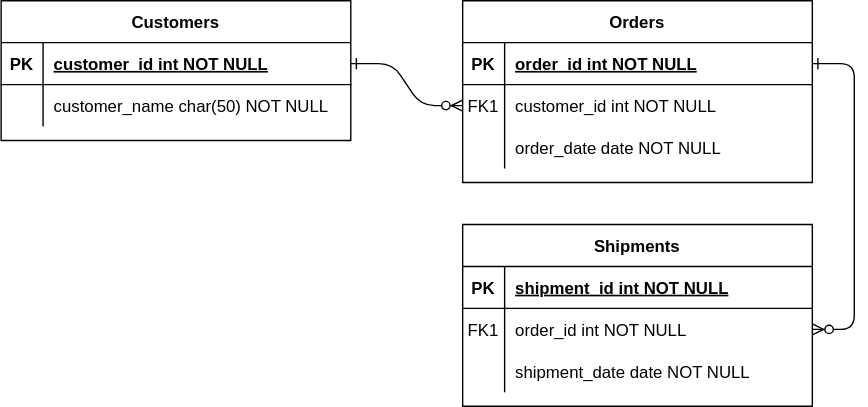
homeppp/fastcampus-project-board keeps this draw.io diagram as document/project-board-erd.svg. Above is the earlier version. Source tidied: cells renumbered, new cells last; positions are measured from the earlier drawing's top-left corner, leaving out a move shared by most shapes.
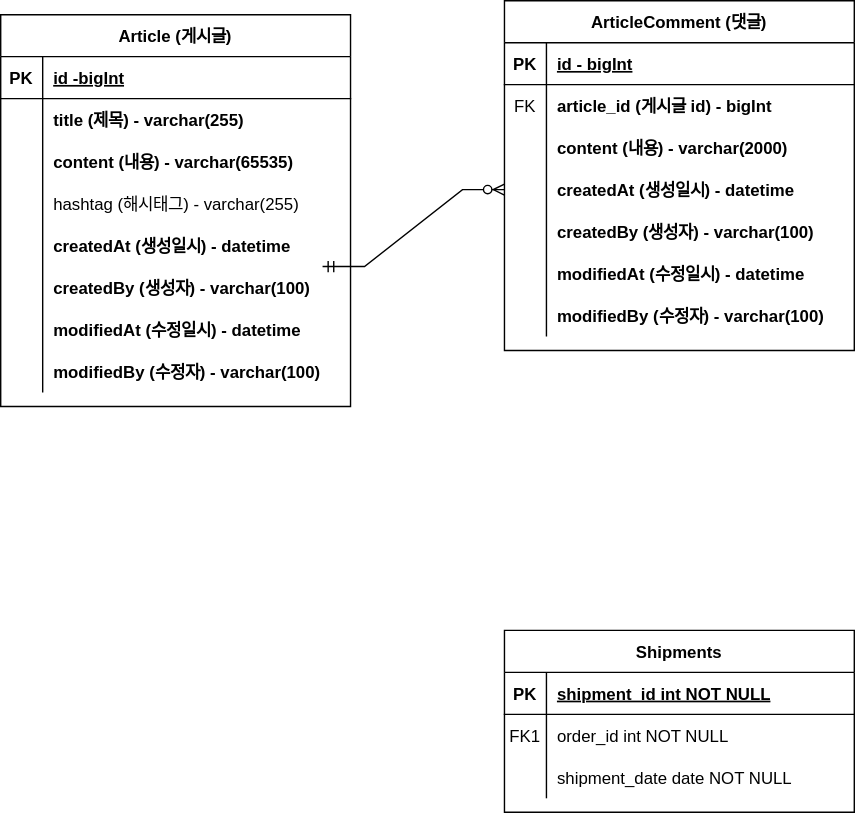
After the change.

What changed in the source:
```diff
@@ -2,14 +2,8 @@
   <root>
     <mxCell id="0" />
     <mxCell id="1" parent="0" />
-    <mxCell id="2" style="edgeStyle=entityRelationEdgeStyle;endArrow=ERzeroToMany;startArrow=ERone;endFill=1;startFill=0;" parent="1" edge="1" source="25" target="8">
-      <mxGeometry relative="1" as="geometry" />
-    </mxCell>
-    <mxCell id="3" style="edgeStyle=entityRelationEdgeStyle;endArrow=ERzeroToMany;startArrow=ERone;endFill=1;startFill=0;" parent="1" edge="1" source="5" target="18">
-      <mxGeometry relative="1" as="geometry" />
-    </mxCell>
-    <mxCell id="4" value="Orders" style="shape=table;startSize=30;rowLines=0;fontStyle=1;align=center;" parent="1" vertex="1">
-      <mxGeometry x="330" width="250" height="130" as="geometry" />
+    <mxCell id="4" value="ArticleComment (댓글)" style="shape=table;startSize=30;rowLines=0;fontStyle=1;align=center;" parent="1" vertex="1">
+      <mxGeometry x="330" width="250" height="250" as="geometry" />
     </mxCell>
     <mxCell id="5" style="shape=partialRectangle;fillColor=none;points=[[0,0.5],[1,0.5]];portConstraint=eastwest;top=0;left=0;right=0;bottom=1;" parent="4" vertex="1">
       <mxGeometry y="30" width="250" height="30" as="geometry" />
@@ -17,16 +11,16 @@
     <mxCell id="6" value="PK" style="shape=partialRectangle;overflow=hidden;fillColor=none;top=0;left=0;bottom=0;right=0;fontStyle=1;" parent="5" vertex="1">
       <mxGeometry width="30" height="30" as="geometry" />
     </mxCell>
-    <mxCell id="7" value="order_id int NOT NULL " style="shape=partialRectangle;overflow=hidden;fillColor=none;top=0;left=0;bottom=0;right=0;align=left;spacingLeft=6;fontStyle=5;" parent="5" vertex="1">
+    <mxCell id="7" value="id - bigInt" style="shape=partialRectangle;overflow=hidden;fillColor=none;top=0;left=0;bottom=0;right=0;align=left;spacingLeft=6;fontStyle=5;" parent="5" vertex="1">
       <mxGeometry x="30" width="220" height="30" as="geometry" />
     </mxCell>
     <mxCell id="8" style="shape=partialRectangle;fillColor=none;points=[[0,0.5],[1,0.5]];portConstraint=eastwest;top=0;left=0;right=0;bottom=0;" parent="4" vertex="1">
       <mxGeometry y="60" width="250" height="30" as="geometry" />
     </mxCell>
-    <mxCell id="9" value="FK1" style="shape=partialRectangle;overflow=hidden;fillColor=none;top=0;left=0;bottom=0;right=0;" parent="8" vertex="1">
+    <mxCell id="9" value="FK" style="shape=partialRectangle;overflow=hidden;fillColor=none;top=0;left=0;bottom=0;right=0;" parent="8" vertex="1">
       <mxGeometry width="30" height="30" as="geometry" />
     </mxCell>
-    <mxCell id="10" value="customer_id int NOT NULL" style="shape=partialRectangle;overflow=hidden;fillColor=none;top=0;left=0;bottom=0;right=0;align=left;spacingLeft=6;" parent="8" vertex="1">
+    <mxCell id="10" value="article_id (게시글 id) - bigInt" style="shape=partialRectangle;overflow=hidden;fillColor=none;top=0;left=0;bottom=0;right=0;align=left;spacingLeft=6;fontStyle=1;" parent="8" vertex="1">
       <mxGeometry x="30" width="220" height="30" as="geometry" />
     </mxCell>
     <mxCell id="11" style="shape=partialRectangle;fillColor=none;top=0;left=0;right=0;bottom=0;" parent="4" vertex="1">
@@ -35,11 +29,47 @@
     <mxCell id="12" style="shape=partialRectangle;overflow=hidden;fillColor=none;top=0;left=0;bottom=0;right=0;" parent="11" vertex="1">
       <mxGeometry width="30" height="30" as="geometry" />
     </mxCell>
-    <mxCell id="13" value="order_date date NOT NULL" style="shape=partialRectangle;overflow=hidden;fillColor=none;top=0;left=0;bottom=0;right=0;align=left;spacingLeft=6;" parent="11" vertex="1">
+    <mxCell id="13" value="content (내용) - varchar(2000)" style="shape=partialRectangle;overflow=hidden;fillColor=none;top=0;left=0;bottom=0;right=0;align=left;spacingLeft=6;fontStyle=1;" parent="11" vertex="1">
       <mxGeometry x="30" width="220" height="30" as="geometry" />
     </mxCell>
+    <mxCell id="31" style="shape=partialRectangle;fillColor=none;points=[[0,0.5],[1,0.5]];portConstraint=eastwest;top=0;left=0;right=0;bottom=0;" parent="4" vertex="1">
+      <mxGeometry y="120" width="250" height="30" as="geometry" />
+    </mxCell>
+    <mxCell id="32" style="shape=partialRectangle;overflow=hidden;fillColor=none;top=0;left=0;bottom=0;right=0;" parent="31" vertex="1">
+      <mxGeometry width="30" height="30" as="geometry" />
+    </mxCell>
+    <mxCell id="33" value="createdAt (생성일시) - datetime" style="shape=partialRectangle;overflow=hidden;fillColor=none;top=0;left=0;bottom=0;right=0;align=left;spacingLeft=6;fontStyle=1;" parent="31" vertex="1">
+      <mxGeometry x="30" width="220" height="30" as="geometry" />
+    </mxCell>
+    <mxCell id="34" style="shape=partialRectangle;fillColor=none;top=0;left=0;right=0;bottom=0;" parent="4" vertex="1">
+      <mxGeometry y="150" width="250" height="30" as="geometry" />
+    </mxCell>
+    <mxCell id="35" style="shape=partialRectangle;overflow=hidden;fillColor=none;top=0;left=0;bottom=0;right=0;" parent="34" vertex="1">
+      <mxGeometry width="30" height="30" as="geometry" />
+    </mxCell>
+    <mxCell id="36" value="createdBy (생성자) - varchar(100)" style="shape=partialRectangle;overflow=hidden;fillColor=none;top=0;left=0;bottom=0;right=0;align=left;spacingLeft=6;fontStyle=1;" parent="34" vertex="1">
+      <mxGeometry x="30" width="220" height="30" as="geometry" />
+    </mxCell>
+    <mxCell id="37" style="shape=partialRectangle;fillColor=none;top=0;left=0;right=0;bottom=0;" parent="4" vertex="1">
+      <mxGeometry y="180" width="250" height="30" as="geometry" />
+    </mxCell>
+    <mxCell id="38" style="shape=partialRectangle;overflow=hidden;fillColor=none;top=0;left=0;bottom=0;right=0;" parent="37" vertex="1">
+      <mxGeometry width="30" height="30" as="geometry" />
+    </mxCell>
+    <mxCell id="39" value="modifiedAt (수정일시) - datetime" style="shape=partialRectangle;overflow=hidden;fillColor=none;top=0;left=0;bottom=0;right=0;align=left;spacingLeft=6;fontStyle=1;" parent="37" vertex="1">
+      <mxGeometry x="30" width="220" height="30" as="geometry" />
+    </mxCell>
+    <mxCell id="40" style="shape=partialRectangle;fillColor=none;top=0;left=0;right=0;bottom=0;" parent="4" vertex="1">
+      <mxGeometry y="210" width="250" height="30" as="geometry" />
+    </mxCell>
+    <mxCell id="41" style="shape=partialRectangle;overflow=hidden;fillColor=none;top=0;left=0;bottom=0;right=0;" parent="40" vertex="1">
+      <mxGeometry width="30" height="30" as="geometry" />
+    </mxCell>
+    <mxCell id="42" value="modifiedBy (수정자) - varchar(100)" style="shape=partialRectangle;overflow=hidden;fillColor=none;top=0;left=0;bottom=0;right=0;align=left;spacingLeft=6;fontStyle=1;" parent="40" vertex="1">
+      <mxGeometry x="30" width="220" height="30" as="geometry" />
+    </mxCell>
     <mxCell id="14" value="Shipments" style="shape=table;startSize=30;rowLines=0;fontStyle=1;align=center;" parent="1" vertex="1">
-      <mxGeometry x="330" y="160" width="250" height="130" as="geometry" />
+      <mxGeometry x="330" y="450" width="250" height="130" as="geometry" />
     </mxCell>
     <mxCell id="15" style="shape=partialRectangle;fillColor=none;top=0;left=0;right=0;bottom=1;" parent="14" vertex="1">
       <mxGeometry y="30" width="250" height="30" as="geometry" />
@@ -68,8 +98,8 @@
     <mxCell id="23" value="shipment_date date NOT NULL" style="shape=partialRectangle;overflow=hidden;fillColor=none;top=0;left=0;bottom=0;right=0;align=left;spacingLeft=6;" parent="21" vertex="1">
       <mxGeometry x="30" width="220" height="30" as="geometry" />
     </mxCell>
-    <mxCell id="24" value="Customers" style="shape=table;startSize=30;rowLines=0;fontStyle=1;align=center;" parent="1" vertex="1">
-      <mxGeometry width="250" height="100" as="geometry" />
+    <mxCell id="24" value="Article (게시글)" style="shape=table;startSize=30;rowLines=0;fontStyle=1;align=center;" parent="1" vertex="1">
+      <mxGeometry x="-30" y="10" width="250" height="280" as="geometry" />
     </mxCell>
     <mxCell id="25" style="shape=partialRectangle;fillColor=none;points=[[0,0.5],[1,0.5]];portConstraint=eastwest;top=0;left=0;right=0;bottom=1;" parent="24" vertex="1">
       <mxGeometry y="30" width="250" height="30" as="geometry" />
@@ -77,7 +107,7 @@
     <mxCell id="26" value="PK" style="shape=partialRectangle;overflow=hidden;fillColor=none;top=0;left=0;bottom=0;right=0;fontStyle=1;" parent="25" vertex="1">
       <mxGeometry width="30" height="30" as="geometry" />
     </mxCell>
-    <mxCell id="27" value="customer_id int NOT NULL " style="shape=partialRectangle;overflow=hidden;fillColor=none;top=0;left=0;bottom=0;right=0;align=left;spacingLeft=6;fontStyle=5;" parent="25" vertex="1">
+    <mxCell id="27" value="id -bigInt" style="shape=partialRectangle;overflow=hidden;fillColor=none;top=0;left=0;bottom=0;right=0;align=left;spacingLeft=6;fontStyle=5;" parent="25" vertex="1">
       <mxGeometry x="30" width="220" height="30" as="geometry" />
     </mxCell>
     <mxCell id="28" style="shape=partialRectangle;fillColor=none;top=0;left=0;right=0;bottom=0;" parent="24" vertex="1">
@@ -86,8 +116,67 @@
     <mxCell id="29" style="shape=partialRectangle;overflow=hidden;fillColor=none;top=0;left=0;bottom=0;right=0;" parent="28" vertex="1">
       <mxGeometry width="30" height="30" as="geometry" />
     </mxCell>
-    <mxCell id="30" value="customer_name char(50) NOT NULL" style="shape=partialRectangle;overflow=hidden;fillColor=none;top=0;left=0;bottom=0;right=0;align=left;spacingLeft=6;" parent="28" vertex="1">
+    <mxCell id="30" value="title (제목) - varchar(255)" style="shape=partialRectangle;overflow=hidden;fillColor=none;top=0;left=0;bottom=0;right=0;align=left;spacingLeft=6;fontStyle=1;" parent="28" vertex="1">
       <mxGeometry x="30" width="220" height="30" as="geometry" />
     </mxCell>
+    <mxCell id="43" style="shape=partialRectangle;fillColor=none;top=0;left=0;right=0;bottom=0;" parent="24" vertex="1">
+      <mxGeometry y="90" width="250" height="30" as="geometry" />
+    </mxCell>
+    <mxCell id="44" style="shape=partialRectangle;overflow=hidden;fillColor=none;top=0;left=0;bottom=0;right=0;" parent="43" vertex="1">
+      <mxGeometry width="30" height="30" as="geometry" />
+    </mxCell>
+    <mxCell id="45" value="content (내용) - varchar(65535)" style="shape=partialRectangle;overflow=hidden;fillColor=none;top=0;left=0;bottom=0;right=0;align=left;spacingLeft=6;fontStyle=1;" parent="43" vertex="1">
+      <mxGeometry x="30" width="220" height="30" as="geometry" />
+    </mxCell>
+    <mxCell id="46" style="shape=partialRectangle;fillColor=none;top=0;left=0;right=0;bottom=0;" parent="24" vertex="1">
+      <mxGeometry y="120" width="250" height="30" as="geometry" />
+    </mxCell>
+    <mxCell id="47" style="shape=partialRectangle;overflow=hidden;fillColor=none;top=0;left=0;bottom=0;right=0;" parent="46" vertex="1">
+      <mxGeometry width="30" height="30" as="geometry" />
+    </mxCell>
+    <mxCell id="48" value="hashtag (해시태그) - varchar(255)" style="shape=partialRectangle;overflow=hidden;fillColor=none;top=0;left=0;bottom=0;right=0;align=left;spacingLeft=6;" parent="46" vertex="1">
+      <mxGeometry x="30" width="220" height="30" as="geometry" />
+    </mxCell>
+    <mxCell id="49" style="shape=partialRectangle;fillColor=none;top=0;left=0;right=0;bottom=0;" parent="24" vertex="1">
+      <mxGeometry y="150" width="250" height="30" as="geometry" />
+    </mxCell>
+    <mxCell id="50" style="shape=partialRectangle;overflow=hidden;fillColor=none;top=0;left=0;bottom=0;right=0;" parent="49" vertex="1">
+      <mxGeometry width="30" height="30" as="geometry" />
+    </mxCell>
+    <mxCell id="51" value="createdAt (생성일시) - datetime" style="shape=partialRectangle;overflow=hidden;fillColor=none;top=0;left=0;bottom=0;right=0;align=left;spacingLeft=6;fontStyle=1;" parent="49" vertex="1">
+      <mxGeometry x="30" width="220" height="30" as="geometry" />
+    </mxCell>
+    <mxCell id="52" style="shape=partialRectangle;fillColor=none;top=0;left=0;right=0;bottom=0;" parent="24" vertex="1">
+      <mxGeometry y="180" width="250" height="30" as="geometry" />
+    </mxCell>
+    <mxCell id="53" style="shape=partialRectangle;overflow=hidden;fillColor=none;top=0;left=0;bottom=0;right=0;" parent="52" vertex="1">
+      <mxGeometry width="30" height="30" as="geometry" />
+    </mxCell>
+    <mxCell id="54" value="createdBy (생성자) - varchar(100)" style="shape=partialRectangle;overflow=hidden;fillColor=none;top=0;left=0;bottom=0;right=0;align=left;spacingLeft=6;fontStyle=1;" parent="52" vertex="1">
+      <mxGeometry x="30" width="220" height="30" as="geometry" />
+    </mxCell>
+    <mxCell id="55" style="shape=partialRectangle;fillColor=none;top=0;left=0;right=0;bottom=0;" parent="24" vertex="1">
+      <mxGeometry y="210" width="250" height="30" as="geometry" />
+    </mxCell>
+    <mxCell id="56" style="shape=partialRectangle;overflow=hidden;fillColor=none;top=0;left=0;bottom=0;right=0;" parent="55" vertex="1">
+      <mxGeometry width="30" height="30" as="geometry" />
+    </mxCell>
+    <mxCell id="57" value="modifiedAt (수정일시) - datetime" style="shape=partialRectangle;overflow=hidden;fillColor=none;top=0;left=0;bottom=0;right=0;align=left;spacingLeft=6;fontStyle=1;" parent="55" vertex="1">
+      <mxGeometry x="30" width="220" height="30" as="geometry" />
+    </mxCell>
+    <mxCell id="58" style="shape=partialRectangle;fillColor=none;top=0;left=0;right=0;bottom=0;" parent="24" vertex="1">
+      <mxGeometry y="240" width="250" height="30" as="geometry" />
+    </mxCell>
+    <mxCell id="59" style="shape=partialRectangle;overflow=hidden;fillColor=none;top=0;left=0;bottom=0;right=0;" parent="58" vertex="1">
+      <mxGeometry width="30" height="30" as="geometry" />
+    </mxCell>
+    <mxCell id="60" value="modifiedBy (수정자) - varchar(100)" style="shape=partialRectangle;overflow=hidden;fillColor=none;top=0;left=0;bottom=0;right=0;align=left;spacingLeft=6;fontStyle=1;" parent="58" vertex="1">
+      <mxGeometry x="30" width="220" height="30" as="geometry" />
+    </mxCell>
+    <mxCell id="61" style="edgeStyle=entityRelationEdgeStyle;fontSize=12;html=1;endArrow=ERzeroToMany;startArrow=ERmandOne;rounded=0;entryX=0;entryY=0.5;entryDx=0;entryDy=0;" parent="1" edge="1" target="31">
+      <mxGeometry relative="1" as="geometry">
+        <mxPoint x="200" y="190" as="sourcePoint" />
+      </mxGeometry>
+    </mxCell>
   </root>
 </mxGraphModel>
```
